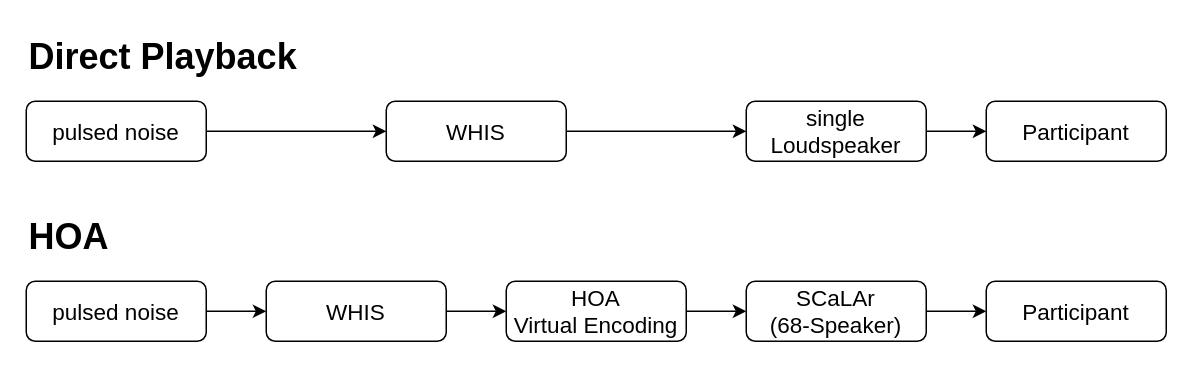
The draw.io diagram Speaker-based.drawio in dirkbr/draw.io, before the edit. Source tidied: cells renumbered, new cells numbered last; positions are measured from the earlier drawing's top-left corner, leaving out a move shared by most shapes. Both pictures are drawn from the tidied source at 150%, with x=0, y=0 at pixel (26, 26).
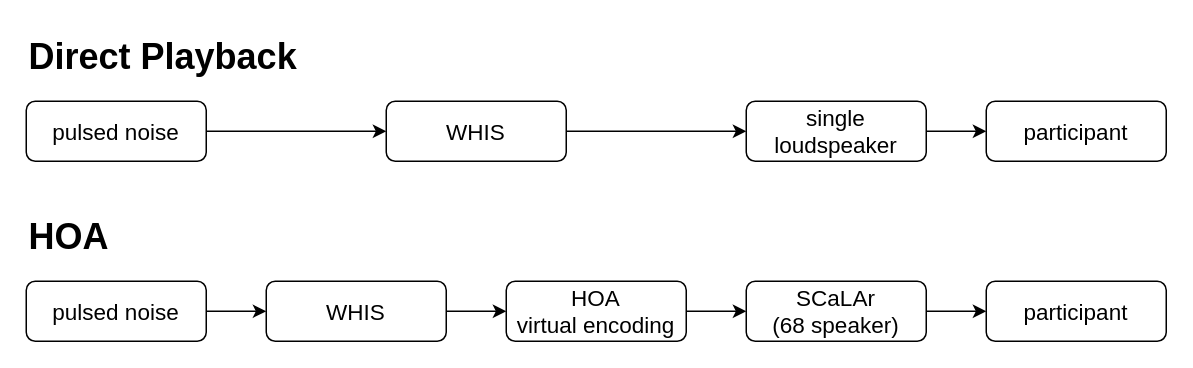
Above is the later version.

Change to the diagram source:
```diff
@@
 <mxGraphModel>
   <root>
     <mxCell id="0" />
     <mxCell id="1" parent="0" />
     <mxCell id="2" style="edgeStyle=orthogonalEdgeStyle;rounded=1;jettySize=auto;html=1;exitX=1;exitY=0.5;exitDx=0;exitDy=0;entryX=0;entryY=0.5;entryDx=0;entryDy=0;labelBackgroundColor=none;fontColor=default;shadow=0;fontSize=15;" parent="1" edge="1" source="3" target="5">
       <mxGeometry relative="1" as="geometry" />
     </mxCell>
     <mxCell id="3" value="pulsed noise" style="rounded=1;whiteSpace=wrap;html=1;fontSize=15;glass=0;strokeWidth=1;shadow=0;labelBackgroundColor=none;" parent="1" vertex="1">
       <mxGeometry y="170" width="120" height="40" as="geometry" />
     </mxCell>
     <mxCell id="4" style="edgeStyle=orthogonalEdgeStyle;rounded=1;jettySize=auto;html=1;exitX=1;exitY=0.5;exitDx=0;exitDy=0;entryX=0;entryY=0.5;entryDx=0;entryDy=0;labelBackgroundColor=none;fontColor=default;shadow=0;fontSize=15;" parent="1" edge="1" source="5" target="7">
       <mxGeometry relative="1" as="geometry" />
     </mxCell>
     <mxCell id="5" value="WHIS" style="rounded=1;whiteSpace=wrap;html=1;labelBackgroundColor=none;shadow=0;fontSize=15;" parent="1" vertex="1">
       <mxGeometry x="160" y="170" width="120" height="40" as="geometry" />
     </mxCell>
     <mxCell id="6" style="edgeStyle=orthogonalEdgeStyle;rounded=0;jettySize=auto;html=1;exitX=1;exitY=0.5;exitDx=0;exitDy=0;entryX=0;entryY=0.5;entryDx=0;entryDy=0;" parent="1" edge="1" source="7" target="11">
       <mxGeometry relative="1" as="geometry" />
     </mxCell>
-    <mxCell id="7" value="&lt;div&gt;HOA&lt;/div&gt;&lt;div&gt;Virtual Encoding&lt;br&gt;&lt;/div&gt;" style="rounded=1;whiteSpace=wrap;html=1;labelBackgroundColor=none;shadow=0;fontSize=15;" parent="1" vertex="1">
+    <mxCell id="7" value="&lt;div&gt;HOA&lt;/div&gt;&lt;div&gt;virtual encoding&lt;br&gt;&lt;/div&gt;" style="rounded=1;whiteSpace=wrap;html=1;labelBackgroundColor=none;shadow=0;fontSize=15;" parent="1" vertex="1">
       <mxGeometry x="320" y="170" width="120" height="40" as="geometry" />
     </mxCell>
     <mxCell id="8" style="edgeStyle=orthogonalEdgeStyle;rounded=0;jettySize=auto;html=1;exitX=1;exitY=0.5;exitDx=0;exitDy=0;entryX=0;entryY=0.5;entryDx=0;entryDy=0;" parent="1" edge="1" source="9" target="15">
       <mxGeometry relative="1" as="geometry" />
     </mxCell>
     <mxCell id="9" value="WHIS" style="rounded=1;whiteSpace=wrap;html=1;labelBackgroundColor=none;shadow=0;fontSize=15;" parent="1" vertex="1">
       <mxGeometry x="240" y="50" width="120" height="40" as="geometry" />
     </mxCell>
     <mxCell id="10" style="edgeStyle=orthogonalEdgeStyle;rounded=0;jettySize=auto;html=1;exitX=1;exitY=0.5;exitDx=0;exitDy=0;entryX=0;entryY=0.5;entryDx=0;entryDy=0;" parent="1" edge="1" source="11" target="16">
       <mxGeometry relative="1" as="geometry" />
     </mxCell>
-    <mxCell id="11" value="&lt;div&gt;SCaLAr&lt;/div&gt;&lt;div&gt;(68-Speaker)&lt;/div&gt;" style="rounded=1;whiteSpace=wrap;html=1;labelBackgroundColor=none;shadow=0;fontSize=15;" parent="1" vertex="1">
+    <mxCell id="11" value="&lt;div&gt;SCaLAr&lt;/div&gt;&lt;div&gt;(68 speaker)&lt;/div&gt;" style="rounded=1;whiteSpace=wrap;html=1;labelBackgroundColor=none;shadow=0;fontSize=15;" parent="1" vertex="1">
       <mxGeometry x="480" y="170" width="120" height="40" as="geometry" />
     </mxCell>
     <mxCell id="12" style="edgeStyle=orthogonalEdgeStyle;rounded=0;jettySize=auto;html=1;exitX=1;exitY=0.5;exitDx=0;exitDy=0;entryX=0;entryY=0.5;entryDx=0;entryDy=0;" parent="1" edge="1" source="13" target="9">
       <mxGeometry relative="1" as="geometry" />
     </mxCell>
     <mxCell id="13" value="pulsed noise" style="rounded=1;whiteSpace=wrap;html=1;fontSize=15;glass=0;strokeWidth=1;shadow=0;labelBackgroundColor=none;" parent="1" vertex="1">
       <mxGeometry y="50" width="120" height="40" as="geometry" />
     </mxCell>
     <mxCell id="14" style="edgeStyle=orthogonalEdgeStyle;rounded=0;jettySize=auto;html=1;exitX=1;exitY=0.5;exitDx=0;exitDy=0;entryX=0;entryY=0.5;entryDx=0;entryDy=0;" parent="1" edge="1" source="15" target="17">
       <mxGeometry relative="1" as="geometry" />
     </mxCell>
-    <mxCell id="15" value="&lt;div&gt;single&lt;/div&gt;&lt;div&gt;Loudspeaker&lt;/div&gt;" style="rounded=1;whiteSpace=wrap;html=1;labelBackgroundColor=none;shadow=0;fontSize=15;" parent="1" vertex="1">
+    <mxCell id="15" value="&lt;div&gt;single&lt;/div&gt;&lt;div&gt;loudspeaker&lt;/div&gt;" style="rounded=1;whiteSpace=wrap;html=1;labelBackgroundColor=none;shadow=0;fontSize=15;" parent="1" vertex="1">
       <mxGeometry x="480" y="50" width="120" height="40" as="geometry" />
     </mxCell>
-    <mxCell id="16" value="Participant" style="rounded=1;whiteSpace=wrap;html=1;labelBackgroundColor=none;shadow=0;fontSize=15;" parent="1" vertex="1">
+    <mxCell id="16" value="participant" style="rounded=1;whiteSpace=wrap;html=1;labelBackgroundColor=none;shadow=0;fontSize=15;" parent="1" vertex="1">
       <mxGeometry x="640" y="170" width="120" height="40" as="geometry" />
     </mxCell>
-    <mxCell id="17" value="Participant" style="rounded=1;whiteSpace=wrap;html=1;labelBackgroundColor=none;shadow=0;fontSize=15;" parent="1" vertex="1">
+    <mxCell id="17" value="participant" style="rounded=1;whiteSpace=wrap;html=1;labelBackgroundColor=none;shadow=0;fontSize=15;" parent="1" vertex="1">
       <mxGeometry x="640" y="50" width="120" height="40" as="geometry" />
     </mxCell>
     <mxCell id="18" value="&lt;h1 style=&quot;margin-top: 0px;&quot;&gt;Direct Playback&lt;/h1&gt;" style="text;html=1;whiteSpace=wrap;overflow=hidden;rounded=0;" parent="1" vertex="1">
       <mxGeometry width="190" height="40" as="geometry" />
     </mxCell>
     <mxCell id="19" value="&lt;h1 style=&quot;margin-top: 0px;&quot;&gt;HOA&lt;br&gt;&lt;/h1&gt;" style="text;html=1;whiteSpace=wrap;overflow=hidden;rounded=0;" parent="1" vertex="1">
       <mxGeometry y="120" width="120" height="40" as="geometry" />
     </mxCell>
   </root>
 </mxGraphModel>
```
